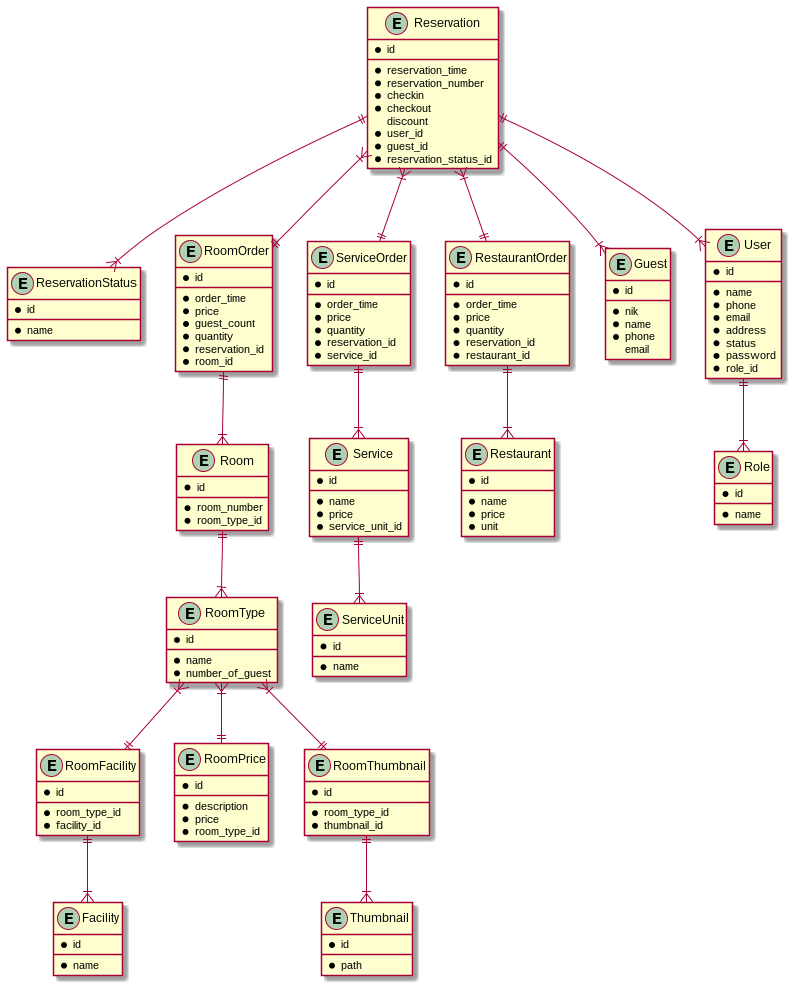
This is designs/diagrams/database/SemuwainnDatabase.png from MuhammadIqbalAfandi/semuwainn, a PlantUML export, as it was before one commit.
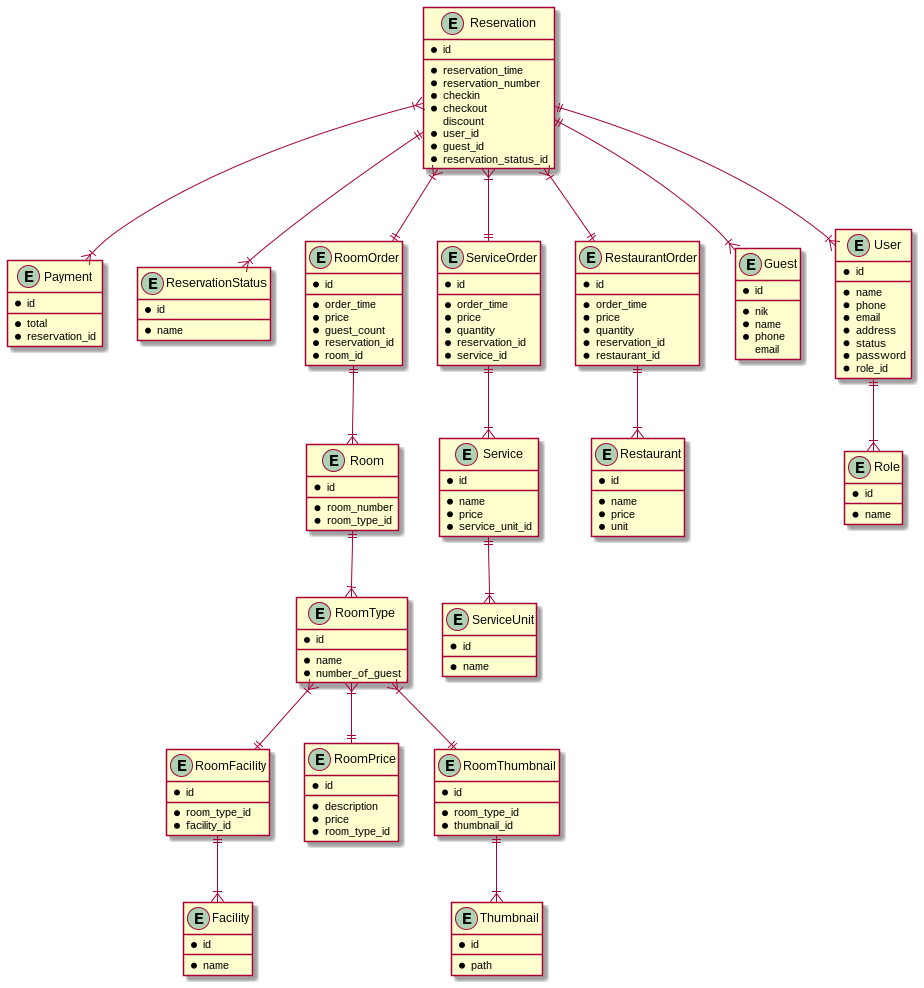
The same file after the commit.

The edit, as a diff of the source:
```diff
@@ -12,6 +12,13 @@
     * reservation_status_id
   }
 
+  entity Payment {
+    * id
+    __
+    * total
+    * reservation_id
+  }
+
   entity ReservationStatus {
     * id
     __
@@ -24,7 +31,6 @@
     * order_time
     * price
     * guest_count
-    * quantity
     * reservation_id
     * room_id
   }
@@ -152,6 +158,7 @@
   Reservation ||--|{ User
   Reservation ||--|{ Guest
   Reservation }|--|| RoomOrder
+  Reservation }|--|{ Payment
   RoomOrder ||--|{ Room
   Room ||--|{ RoomType
   RoomType }|--|| RoomPrice
```
